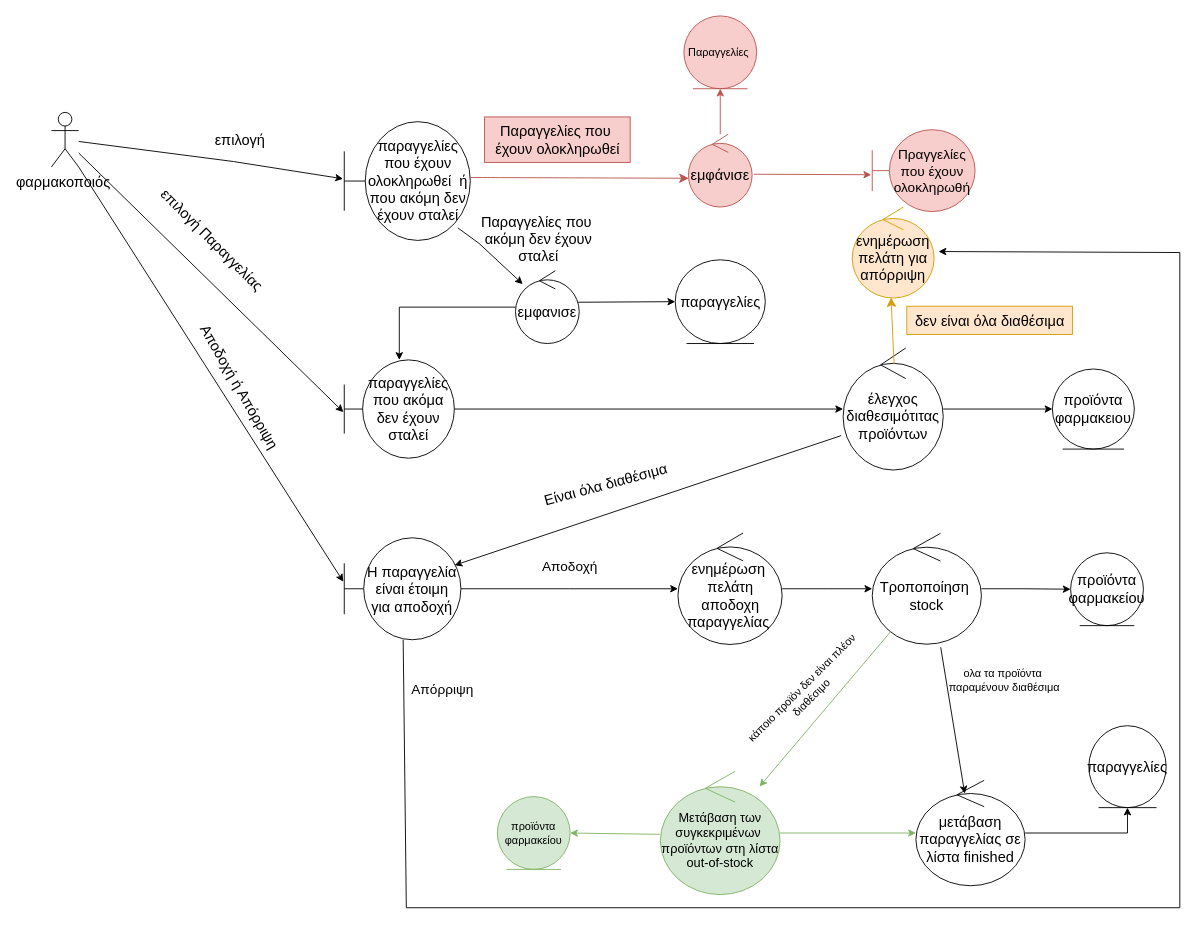
Before: Παραδοτέο_4/robustness/use_case_6.drawio in Galenus-Pharmacy/GalenusPharmacies, a draw.io diagram. Source tidied: cells renumbered, new cells numbered last; positions are measured from the earlier drawing's top-left corner, leaving out a move shared by most shapes. Both pictures are drawn from the tidied source at 91%, with x=0, y=0 at pixel (51, 15).
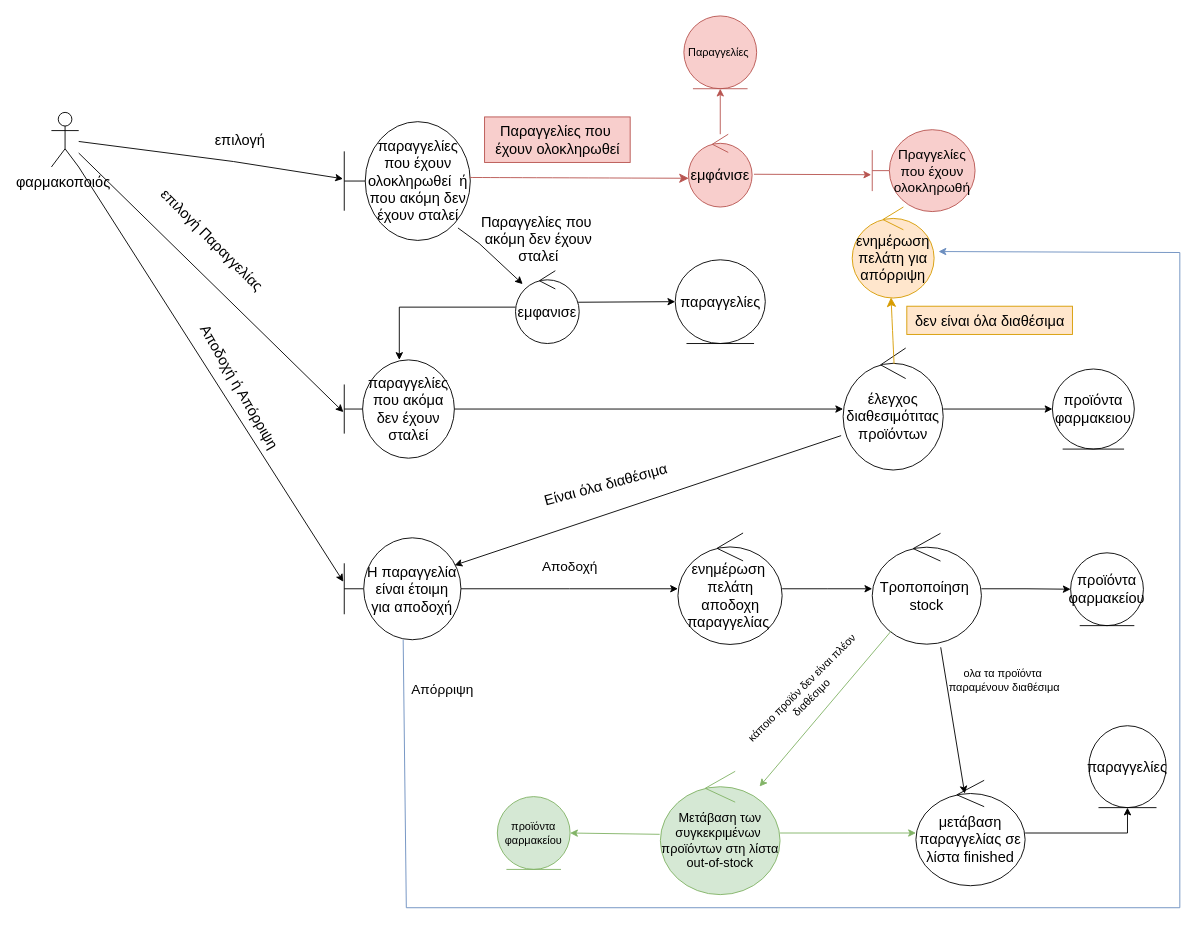
Above is the later version.

Unchanged cells that the change refers to:
```xml
<mxCell id="12" value="ενημέρωση πελάτη για απόρριψη" style="ellipse;shape=umlControl;whiteSpace=wrap;html=1;fontSize=16;fillColor=#ffe6cc;strokeColor=#d79b00;" parent="1" vertex="1">
  <mxGeometry x="880" y="210" width="90" height="100" as="geometry" />
</mxCell>
<mxCell id="17" value="H&lt;span style=&quot;font-size:12.0pt;line-height:107%;font-family:&amp;quot;Arial&amp;quot;,sans-serif;&lt;br/&gt;mso-fareast-font-family:Calibri;mso-fareast-theme-font:minor-latin;mso-ansi-language:&lt;br/&gt;EL;mso-fareast-language:EN-US;mso-bidi-language:AR-SA&quot;&gt; παραγγελία είναι έτοιμη&lt;br/&gt;για αποδοχή&lt;/span&gt;" style="shape=umlBoundary;whiteSpace=wrap;html=1;fontSize=16;" parent="1" vertex="1">
  <mxGeometry x="321.8" y="573.5" width="128.2" height="112" as="geometry" />
</mxCell>
```

Change to the diagram source:
```diff
@@
-    <mxCell id="43" style="endArrow=none;html=1;rounded=0;" parent="1" edge="1" target="17">
+    <mxCell id="43" style="endArrow=none;html=1;rounded=0;fillColor=#dae8fc;strokeColor=#6c8ebf;" parent="1" edge="1" target="17">
       <mxGeometry relative="1" as="geometry">
         <mxPoint x="390" y="980" as="sourcePoint" />
       </mxGeometry>
     </mxCell>
@@
-    <mxCell id="45" style="endArrow=none;html=1;rounded=0;" parent="1" edge="1">
+    <mxCell id="45" style="endArrow=none;html=1;rounded=0;fillColor=#dae8fc;strokeColor=#6c8ebf;" parent="1" edge="1">
       <mxGeometry relative="1" as="geometry">
         <mxPoint x="390" y="980" as="sourcePoint" />
         <mxPoint x="1240" y="980" as="targetPoint" />
       </mxGeometry>
     </mxCell>
-    <mxCell id="46" style="endArrow=none;html=1;rounded=0;" parent="1" edge="1">
+    <mxCell id="46" style="endArrow=none;html=1;rounded=0;fillColor=#dae8fc;strokeColor=#6c8ebf;" parent="1" edge="1">
       <mxGeometry relative="1" as="geometry">
         <mxPoint x="1240" y="980" as="sourcePoint" />
         <mxPoint x="1240" y="260" as="targetPoint" />
       </mxGeometry>
     </mxCell>
-    <mxCell id="47" style="endArrow=classic;html=1;rounded=0;entryX=1.054;entryY=0.489;entryDx=0;entryDy=0;entryPerimeter=0;" parent="1" edge="1" target="12">
+    <mxCell id="47" style="endArrow=classic;html=1;rounded=0;entryX=1.054;entryY=0.489;entryDx=0;entryDy=0;entryPerimeter=0;fillColor=#dae8fc;strokeColor=#6c8ebf;" parent="1" edge="1" target="12">
       <mxGeometry relative="1" as="geometry">
         <mxPoint x="1240" y="260" as="sourcePoint" />
       </mxGeometry>
     </mxCell>
```
